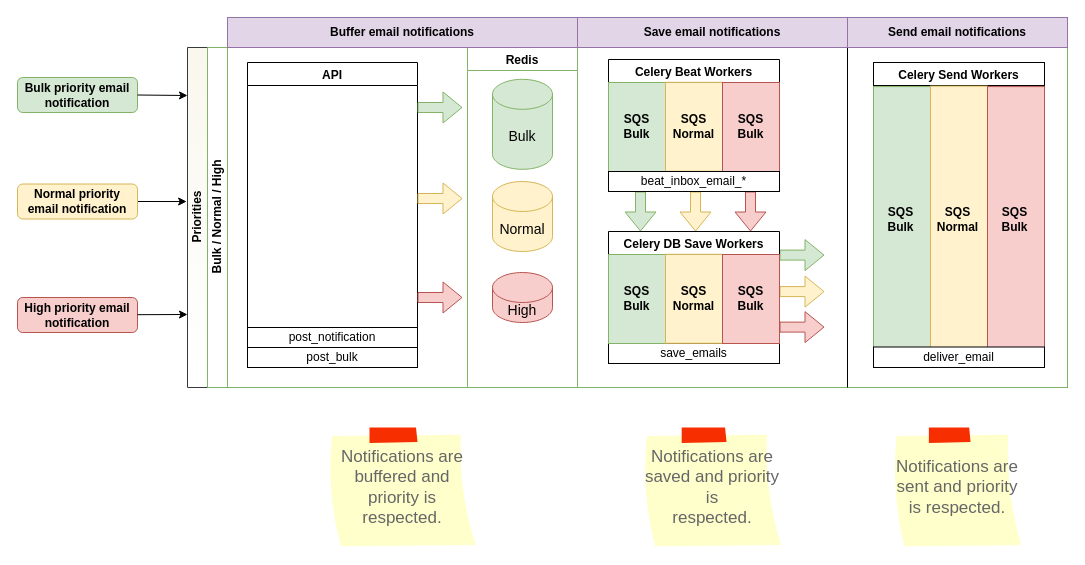
Before: records/diagrams/2022-03-08.priority-lanes/next-lanes-setup.drawio in cds-snc/notification-adr, a draw.io diagram. Source tidied: cells renumbered, new cells numbered last; positions are measured from the earlier drawing's top-left corner, leaving out a move shared by most shapes. Both pictures are drawn from the tidied source at 100%, with x=0, y=0 at pixel (17, 17).
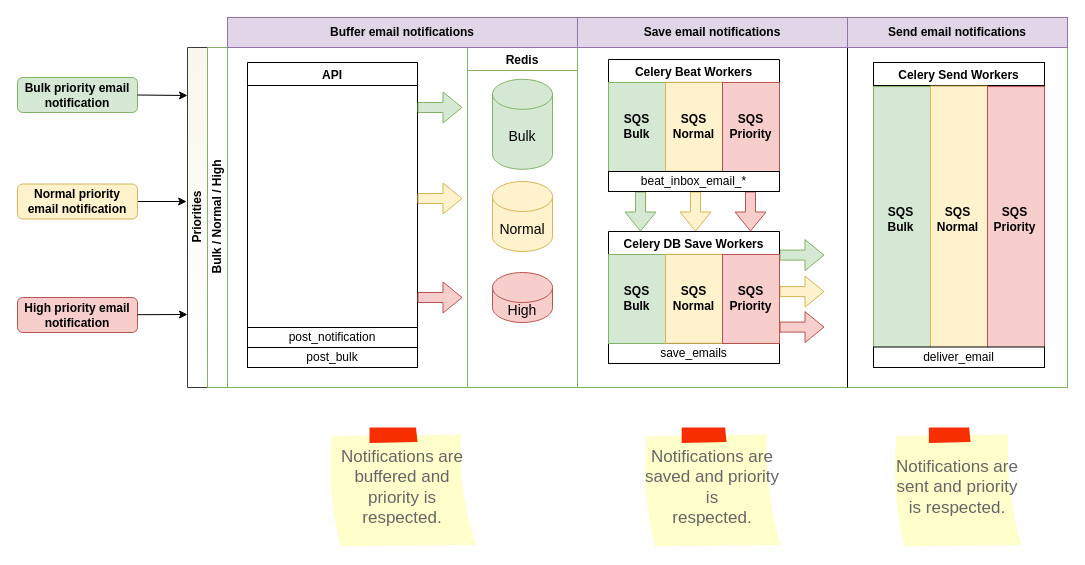
The same diagram, later.

Commit message (it also covers changes not shown here):
chore(typo): re-label priority queue in next and current diagrams (it was labeled as bulk)

Unchanged cells that the change refers to:
```xml
<mxCell id="19" value="Celery DB Save Workers" style="swimlane;" parent="18" vertex="1">
  <mxGeometry width="171" height="112" as="geometry" />
</mxCell>
<mxCell id="29" value="Celery Beat Workers" style="swimlane;" parent="28" vertex="1">
  <mxGeometry width="171" height="112" as="geometry" />
</mxCell>
<mxCell id="49" value="Celery Send Workers" style="swimlane;" parent="48" vertex="1">
  <mxGeometry width="171" height="290" as="geometry" />
</mxCell>
```

Change to the diagram source:
```diff
@@
-    <mxCell id="25" value="&lt;b&gt;SQS Bulk&lt;/b&gt;" style="text;html=1;strokeColor=none;fillColor=none;align=center;verticalAlign=middle;whiteSpace=wrap;rounded=0;" parent="19" vertex="1">
+    <mxCell id="25" value="&lt;b&gt;SQS Priority&lt;/b&gt;" style="text;html=1;strokeColor=none;fillColor=none;align=center;verticalAlign=middle;whiteSpace=wrap;rounded=0;" parent="19" vertex="1">
       <mxGeometry x="115" y="52.2" width="55" height="30" as="geometry" />
     </mxCell>
@@
-    <mxCell id="35" value="&lt;b&gt;SQS Bulk&lt;/b&gt;" style="text;html=1;strokeColor=none;fillColor=none;align=center;verticalAlign=middle;whiteSpace=wrap;rounded=0;" parent="29" vertex="1">
+    <mxCell id="35" value="&lt;b&gt;SQS Priority&lt;/b&gt;" style="text;html=1;strokeColor=none;fillColor=none;align=center;verticalAlign=middle;whiteSpace=wrap;rounded=0;" parent="29" vertex="1">
       <mxGeometry x="115" y="52.2" width="55" height="30" as="geometry" />
     </mxCell>
@@
-    <mxCell id="55" value="&lt;b&gt;SQS Bulk&lt;/b&gt;" style="text;html=1;strokeColor=none;fillColor=none;align=center;verticalAlign=middle;whiteSpace=wrap;rounded=0;" parent="49" vertex="1">
+    <mxCell id="55" value="&lt;b&gt;SQS Priority&lt;/b&gt;" style="text;html=1;strokeColor=none;fillColor=none;align=center;verticalAlign=middle;whiteSpace=wrap;rounded=0;" parent="49" vertex="1">
       <mxGeometry x="114" y="127" width="55" height="60.2" as="geometry" />
     </mxCell>
```
